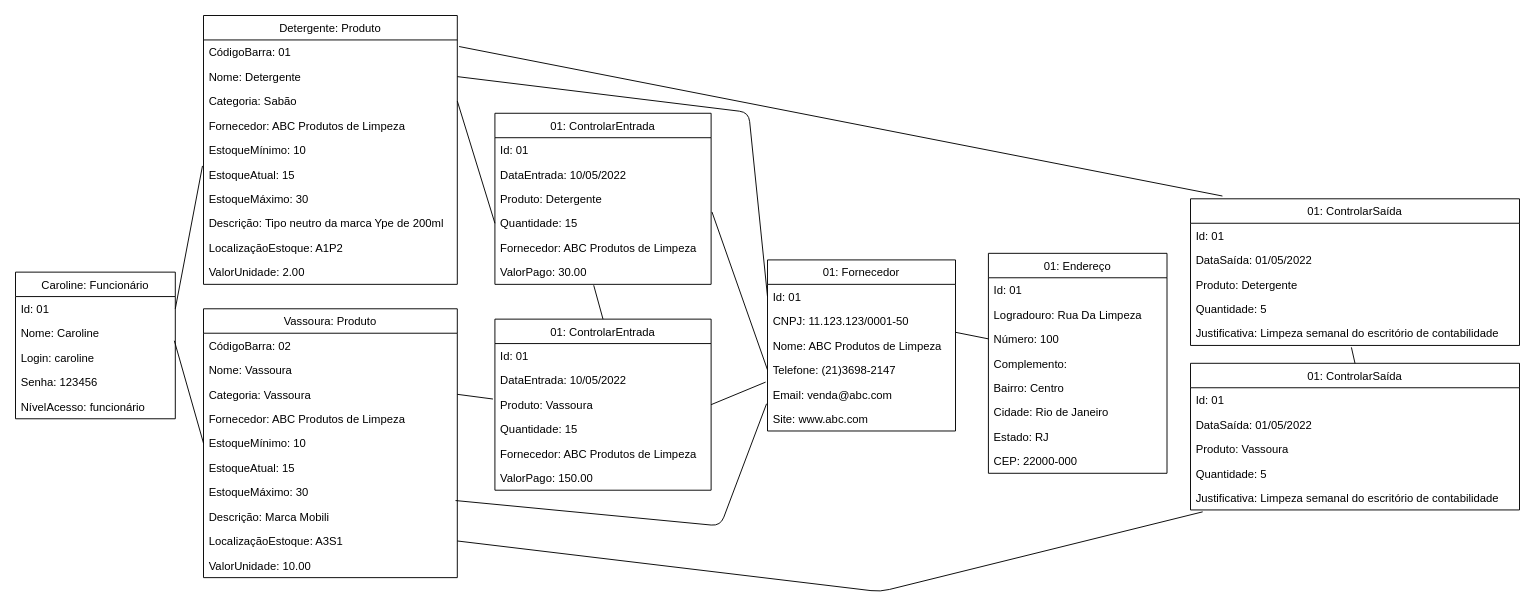
fernandounger/OfficeClean keeps this draw.io diagram as UML/diagramaDeObjeto.drawio. Above is the earlier version. Source tidied: cells renumbered, new cells numbered last; positions are measured from the earlier drawing's top-left corner, leaving out a move shared by most shapes. Both pictures are drawn from the tidied source at 94%, with x=0, y=0 at pixel (15, 15).
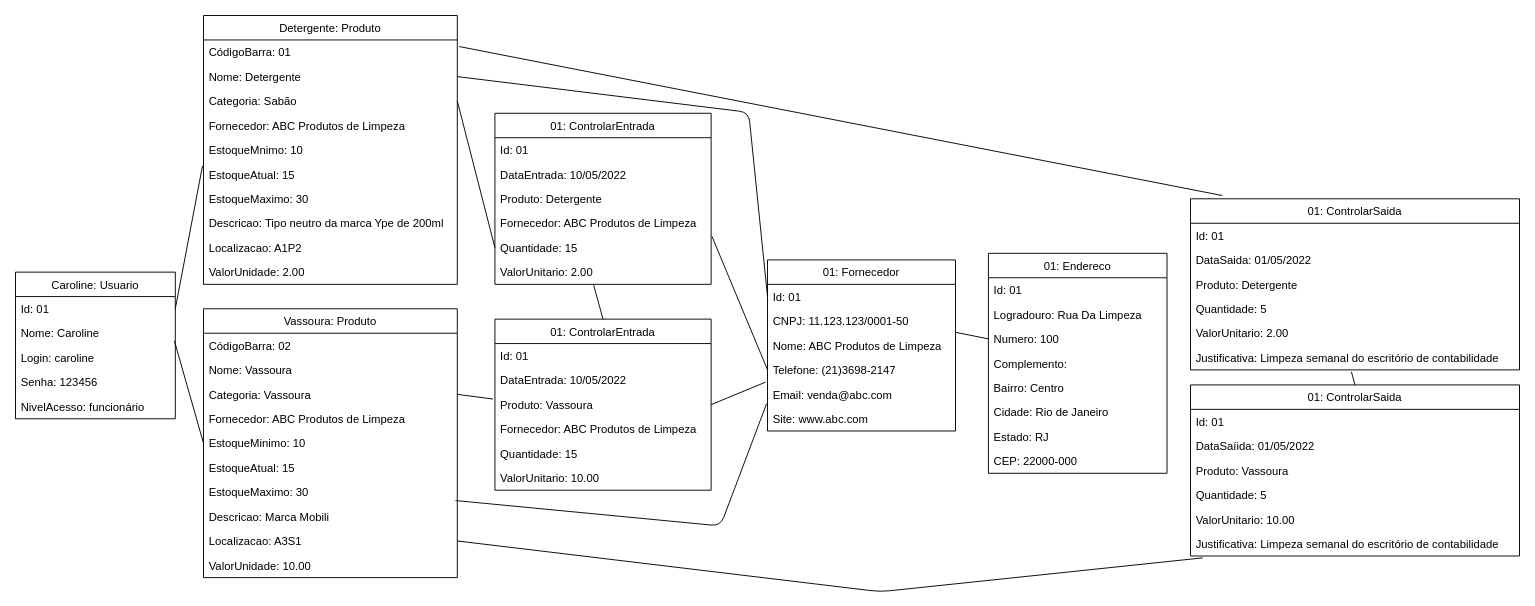
The same diagram, later.

Unchanged cells that the change refers to:
```xml
<mxCell id="8" value="Detergente: Produto" style="swimlane;fontStyle=0;horizontal=1;startSize=26;fillColor=none;" parent="1" vertex="1">
  <mxGeometry x="200" width="270" height="286" as="geometry" />
</mxCell>
<mxCell id="19" value="Vassoura: Produto" style="swimlane;fontStyle=0;horizontal=1;startSize=26;fillColor=none;" parent="1" vertex="1">
  <mxGeometry x="200" y="312" width="270" height="286" as="geometry" />
</mxCell>
<mxCell id="32" value="01: ControlarEntrada" style="swimlane;fontStyle=0;horizontal=1;startSize=26;fillColor=none;" parent="1" vertex="1">
  <mxGeometry x="510" y="104" width="230" height="182" as="geometry" />
</mxCell>
<mxCell id="40" value="01: ControlarEntrada" style="swimlane;fontStyle=0;horizontal=1;startSize=26;fillColor=none;" parent="1" vertex="1">
  <mxGeometry x="510" y="323" width="230" height="182" as="geometry" />
</mxCell>
```

Diff of the diagram source:
```diff
@@
-    <mxCell id="2" value="Caroline: Funcionário" style="swimlane;fontStyle=0;horizontal=1;startSize=26;fillColor=none;" parent="1" vertex="1">
+    <mxCell id="2" value="Caroline: Usuario" style="swimlane;fontStyle=0;horizontal=1;startSize=26;fillColor=none;" parent="1" vertex="1">
       <mxGeometry y="273" width="170" height="156" as="geometry" />
     </mxCell>
@@
-    <mxCell id="7" value="NívelAcesso: funcionário" style="text;strokeColor=none;fillColor=none;align=left;verticalAlign=top;spacingLeft=4;spacingRight=4;overflow=hidden;" parent="2" vertex="1">
+    <mxCell id="7" value="NivelAcesso: funcionário" style="text;strokeColor=none;fillColor=none;align=left;verticalAlign=top;spacingLeft=4;spacingRight=4;overflow=hidden;" parent="2" vertex="1">
       <mxGeometry y="130" width="170" height="26" as="geometry" />
     </mxCell>
@@
-    <mxCell id="13" value="EstoqueMínimo: 10" style="text;strokeColor=none;fillColor=none;align=left;verticalAlign=top;spacingLeft=4;spacingRight=4;overflow=hidden;" parent="8" vertex="1">
+    <mxCell id="13" value="EstoqueMnimo: 10" style="text;strokeColor=none;fillColor=none;align=left;verticalAlign=top;spacingLeft=4;spacingRight=4;overflow=hidden;" parent="8" vertex="1">
       <mxGeometry y="130" width="270" height="26" as="geometry" />
     </mxCell>
@@
-    <mxCell id="15" value="EstoqueMáximo: 30" style="text;strokeColor=none;fillColor=none;align=left;verticalAlign=top;spacingLeft=4;spacingRight=4;overflow=hidden;" parent="8" vertex="1">
+    <mxCell id="15" value="EstoqueMaximo: 30" style="text;strokeColor=none;fillColor=none;align=left;verticalAlign=top;spacingLeft=4;spacingRight=4;overflow=hidden;" parent="8" vertex="1">
       <mxGeometry y="182" width="270" height="26" as="geometry" />
     </mxCell>
-    <mxCell id="16" value="Descrição: Tipo neutro da marca Ype de 200ml" style="text;strokeColor=none;fillColor=none;align=left;verticalAlign=top;spacingLeft=4;spacingRight=4;overflow=hidden;" parent="8" vertex="1">
+    <mxCell id="16" value="Descricao: Tipo neutro da marca Ype de 200ml" style="text;strokeColor=none;fillColor=none;align=left;verticalAlign=top;spacingLeft=4;spacingRight=4;overflow=hidden;" parent="8" vertex="1">
       <mxGeometry y="208" width="270" height="26" as="geometry" />
     </mxCell>
-    <mxCell id="17" value="LocalizaçãoEstoque: A1P2" style="text;strokeColor=none;fillColor=none;align=left;verticalAlign=top;spacingLeft=4;spacingRight=4;overflow=hidden;" parent="8" vertex="1">
+    <mxCell id="17" value="Localizacao: A1P2" style="text;strokeColor=none;fillColor=none;align=left;verticalAlign=top;spacingLeft=4;spacingRight=4;overflow=hidden;" parent="8" vertex="1">
       <mxGeometry y="234" width="270" height="26" as="geometry" />
     </mxCell>
@@
-    <mxCell id="24" value="EstoqueMínimo: 10" style="text;strokeColor=none;fillColor=none;align=left;verticalAlign=top;spacingLeft=4;spacingRight=4;overflow=hidden;points=[[0,0.5],[1,0.5]];portConstraint=eastwest;" parent="19" vertex="1">
+    <mxCell id="24" value="EstoqueMinimo: 10" style="text;strokeColor=none;fillColor=none;align=left;verticalAlign=top;spacingLeft=4;spacingRight=4;overflow=hidden;points=[[0,0.5],[1,0.5]];portConstraint=eastwest;" parent="19" vertex="1">
       <mxGeometry y="130" width="270" height="26" as="geometry" />
     </mxCell>
@@
-    <mxCell id="26" value="EstoqueMáximo: 30" style="text;strokeColor=none;fillColor=none;align=left;verticalAlign=top;spacingLeft=4;spacingRight=4;overflow=hidden;" parent="19" vertex="1">
+    <mxCell id="26" value="EstoqueMaximo: 30" style="text;strokeColor=none;fillColor=none;align=left;verticalAlign=top;spacingLeft=4;spacingRight=4;overflow=hidden;" parent="19" vertex="1">
       <mxGeometry y="182" width="270" height="26" as="geometry" />
     </mxCell>
-    <mxCell id="27" value="Descrição: Marca Mobili" style="text;strokeColor=none;fillColor=none;align=left;verticalAlign=top;spacingLeft=4;spacingRight=4;overflow=hidden;points=[[0,0.5],[1,0.5]];portConstraint=eastwest;" parent="19" vertex="1">
+    <mxCell id="27" value="Descricao: Marca Mobili" style="text;strokeColor=none;fillColor=none;align=left;verticalAlign=top;spacingLeft=4;spacingRight=4;overflow=hidden;points=[[0,0.5],[1,0.5]];portConstraint=eastwest;" parent="19" vertex="1">
       <mxGeometry y="208" width="270" height="26" as="geometry" />
     </mxCell>
-    <mxCell id="28" value="LocalizaçãoEstoque: A3S1" style="text;strokeColor=none;fillColor=none;align=left;verticalAlign=top;spacingLeft=4;spacingRight=4;overflow=hidden;points=[[0,0.5],[1,0.5]];portConstraint=eastwest;" parent="19" vertex="1">
+    <mxCell id="28" value="Localizacao: A3S1" style="text;strokeColor=none;fillColor=none;align=left;verticalAlign=top;spacingLeft=4;spacingRight=4;overflow=hidden;points=[[0,0.5],[1,0.5]];portConstraint=eastwest;" parent="19" vertex="1">
       <mxGeometry y="234" width="270" height="26" as="geometry" />
     </mxCell>
@@
+    <mxCell id="37" value="Fornecedor: ABC Produtos de Limpeza" style="text;strokeColor=none;fillColor=none;align=left;verticalAlign=top;spacingLeft=4;spacingRight=4;overflow=hidden;" parent="32" vertex="1">
+      <mxGeometry y="104" width="230" height="26" as="geometry" />
+    </mxCell>
     <mxCell id="36" value="Quantidade: 15" style="text;strokeColor=none;fillColor=none;align=left;verticalAlign=top;spacingLeft=4;spacingRight=4;overflow=hidden;points=[[0,0.5],[1,0.5]];portConstraint=eastwest;" parent="32" vertex="1">
-      <mxGeometry y="104" width="230" height="26" as="geometry" />
+      <mxGeometry y="130" width="230" height="26" as="geometry" />
     </mxCell>
-    <mxCell id="37" value="Fornecedor: ABC Produtos de Limpeza" style="text;strokeColor=none;fillColor=none;align=left;verticalAlign=top;spacingLeft=4;spacingRight=4;overflow=hidden;" parent="32" vertex="1">
-      <mxGeometry y="130" width="230" height="26" as="geometry" />
-    </mxCell>
-    <mxCell id="38" value="ValorPago: 30.00" style="text;strokeColor=none;fillColor=none;align=left;verticalAlign=top;spacingLeft=4;spacingRight=4;overflow=hidden;points=[[0,0.5],[1,0.5]];portConstraint=eastwest;" parent="32" vertex="1">
+    <mxCell id="38" value="ValorUnitario: 2.00" style="text;strokeColor=none;fillColor=none;align=left;verticalAlign=top;spacingLeft=4;spacingRight=4;overflow=hidden;points=[[0,0.5],[1,0.5]];portConstraint=eastwest;" parent="32" vertex="1">
       <mxGeometry y="156" width="230" height="26" as="geometry" />
     </mxCell>
@@
+    <mxCell id="45" value="Fornecedor: ABC Produtos de Limpeza" style="text;strokeColor=none;fillColor=none;align=left;verticalAlign=top;spacingLeft=4;spacingRight=4;overflow=hidden;" parent="40" vertex="1">
+      <mxGeometry y="104" width="230" height="26" as="geometry" />
+    </mxCell>
     <mxCell id="44" value="Quantidade: 15" style="text;strokeColor=none;fillColor=none;align=left;verticalAlign=top;spacingLeft=4;spacingRight=4;overflow=hidden;" parent="40" vertex="1">
-      <mxGeometry y="104" width="230" height="26" as="geometry" />
+      <mxGeometry y="130" width="230" height="26" as="geometry" />
     </mxCell>
-    <mxCell id="45" value="Fornecedor: ABC Produtos de Limpeza" style="text;strokeColor=none;fillColor=none;align=left;verticalAlign=top;spacingLeft=4;spacingRight=4;overflow=hidden;" parent="40" vertex="1">
-      <mxGeometry y="130" width="230" height="26" as="geometry" />
-    </mxCell>
-    <mxCell id="46" value="ValorPago: 150.00" style="text;strokeColor=none;fillColor=none;align=left;verticalAlign=top;spacingLeft=4;spacingRight=4;overflow=hidden;" parent="40" vertex="1">
+    <mxCell id="46" value="ValorUnitario: 10.00" style="text;strokeColor=none;fillColor=none;align=left;verticalAlign=top;spacingLeft=4;spacingRight=4;overflow=hidden;" parent="40" vertex="1">
       <mxGeometry y="156" width="230" height="26" as="geometry" />
     </mxCell>
@@
-    <mxCell id="58" value="01: Endereço" style="swimlane;fontStyle=0;horizontal=1;startSize=26;fillColor=none;" parent="1" vertex="1">
+    <mxCell id="58" value="01: Endereco" style="swimlane;fontStyle=0;horizontal=1;startSize=26;fillColor=none;" parent="1" vertex="1">
       <mxGeometry x="1035" y="253" width="190" height="234" as="geometry" />
     </mxCell>
@@
-    <mxCell id="61" value="Número: 100" style="text;strokeColor=none;fillColor=none;align=left;verticalAlign=top;spacingLeft=4;spacingRight=4;overflow=hidden;points=[[0,0.5],[1,0.5]];portConstraint=eastwest;" parent="58" vertex="1">
+    <mxCell id="61" value="Numero: 100" style="text;strokeColor=none;fillColor=none;align=left;verticalAlign=top;spacingLeft=4;spacingRight=4;overflow=hidden;points=[[0,0.5],[1,0.5]];portConstraint=eastwest;" parent="58" vertex="1">
       <mxGeometry y="78" width="190" height="26" as="geometry" />
     </mxCell>
@@
-    <mxCell id="70" value="01: ControlarSaída" style="swimlane;fontStyle=0;horizontal=1;startSize=26;fillColor=none;" parent="1" vertex="1">
-      <mxGeometry x="1250" y="195" width="350" height="156" as="geometry" />
+    <mxCell id="70" value="01: ControlarSaida" style="swimlane;fontStyle=0;horizontal=1;startSize=26;fillColor=none;" parent="1" vertex="1">
+      <mxGeometry x="1250" y="195" width="350" height="182" as="geometry" />
     </mxCell>
@@
-    <mxCell id="72" value="DataSaída: 01/05/2022" style="text;strokeColor=none;fillColor=none;align=left;verticalAlign=top;spacingLeft=4;spacingRight=4;overflow=hidden;" parent="70" vertex="1">
+    <mxCell id="72" value="DataSaida: 01/05/2022" style="text;strokeColor=none;fillColor=none;align=left;verticalAlign=top;spacingLeft=4;spacingRight=4;overflow=hidden;" parent="70" vertex="1">
       <mxGeometry y="52" width="350" height="26" as="geometry" />
     </mxCell>
@@
+    <mxCell id="85" value="ValorUnitario: 2.00" style="text;strokeColor=none;fillColor=none;align=left;verticalAlign=top;spacingLeft=4;spacingRight=4;overflow=hidden;" parent="70" vertex="1">
+      <mxGeometry y="130" width="350" height="26" as="geometry" />
+    </mxCell>
     <mxCell id="75" value="Justificativa: Limpeza semanal do escritório de contabilidade" style="text;strokeColor=none;fillColor=none;align=left;verticalAlign=top;spacingLeft=4;spacingRight=4;overflow=hidden;points=[[0,0.5],[1,0.5]];portConstraint=eastwest;" parent="70" vertex="1">
-      <mxGeometry y="130" width="350" height="26" as="geometry" />
+      <mxGeometry y="156" width="350" height="26" as="geometry" />
     </mxCell>
-    <mxCell id="76" value="01: ControlarSaída" style="swimlane;fontStyle=0;horizontal=1;startSize=26;fillColor=none;" parent="1" vertex="1">
-      <mxGeometry x="1250" y="370" width="350" height="156" as="geometry" />
+    <mxCell id="76" value="01: ControlarSaida" style="swimlane;fontStyle=0;horizontal=1;startSize=26;fillColor=none;" parent="1" vertex="1">
+      <mxGeometry x="1250" y="393" width="350" height="182" as="geometry" />
     </mxCell>
@@
-    <mxCell id="78" value="DataSaída: 01/05/2022" style="text;strokeColor=none;fillColor=none;align=left;verticalAlign=top;spacingLeft=4;spacingRight=4;overflow=hidden;" parent="76" vertex="1">
+    <mxCell id="78" value="DataSaíida: 01/05/2022" style="text;strokeColor=none;fillColor=none;align=left;verticalAlign=top;spacingLeft=4;spacingRight=4;overflow=hidden;" parent="76" vertex="1">
       <mxGeometry y="52" width="350" height="26" as="geometry" />
     </mxCell>
@@
+    <mxCell id="86" value="ValorUnitario: 10.00" style="text;strokeColor=none;fillColor=none;align=left;verticalAlign=top;spacingLeft=4;spacingRight=4;overflow=hidden;" parent="76" vertex="1">
+      <mxGeometry y="130" width="350" height="26" as="geometry" />
+    </mxCell>
     <mxCell id="81" value="Justificativa: Limpeza semanal do escritório de contabilidade" style="text;strokeColor=none;fillColor=none;align=left;verticalAlign=top;spacingLeft=4;spacingRight=4;overflow=hidden;points=[[0,0.5],[1,0.5]];portConstraint=eastwest;" parent="76" vertex="1">
-      <mxGeometry y="130" width="350" height="26" as="geometry" />
+      <mxGeometry y="156" width="350" height="26" as="geometry" />
     </mxCell>
```
